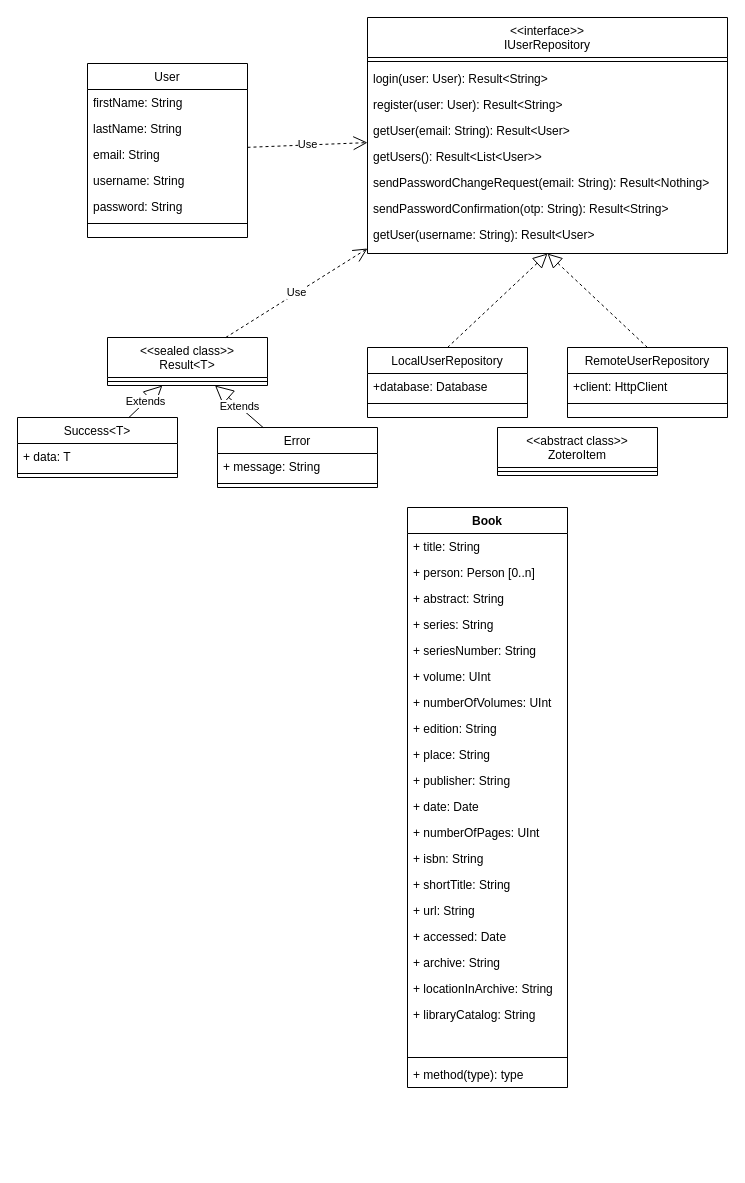
SoftwareDesignKNU/SoftwareDesign keeps this draw.io diagram as ClassDiagram.drawio. Above is the earlier version. Source tidied: cells renumbered, new cells numbered last; positions are measured from the earlier drawing's top-left corner, leaving out a move shared by most shapes. Both pictures are drawn from the tidied source at 100%, with x=0, y=0 at pixel (17, 17).
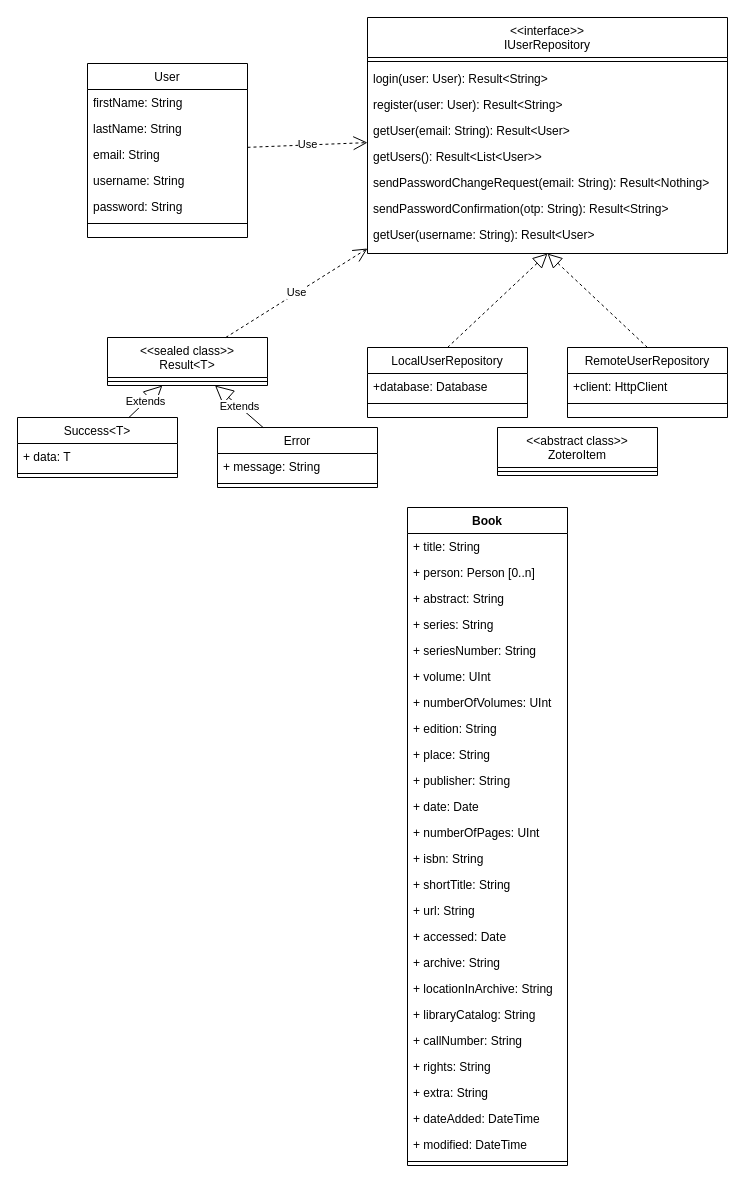
After the change.

What changed in the source:
```diff
@@
     <mxCell id="40" value="Book" style="swimlane;fontStyle=1;align=center;verticalAlign=top;horizontal=1;startSize=26;" parent="1" vertex="1">
-      <mxGeometry x="390" y="490" width="160" height="580" as="geometry" />
+      <mxGeometry x="390" y="490" width="160" height="658" as="geometry" />
     </mxCell>
@@
-    <mxCell id="60" style="text;strokeColor=none;fillColor=none;align=left;verticalAlign=top;spacingLeft=4;spacingRight=4;overflow=hidden;" parent="40" vertex="1">
+    <mxCell id="60" value="+ callNumber: String" style="text;strokeColor=none;fillColor=none;align=left;verticalAlign=top;spacingLeft=4;spacingRight=4;overflow=hidden;" parent="40" vertex="1">
       <mxGeometry y="520" width="160" height="26" as="geometry" />
     </mxCell>
+    <mxCell id="63" value="+ rights: String" style="text;strokeColor=none;fillColor=none;align=left;verticalAlign=top;spacingLeft=4;spacingRight=4;overflow=hidden;" parent="40" vertex="1">
+      <mxGeometry y="546" width="160" height="26" as="geometry" />
+    </mxCell>
+    <mxCell id="64" value="+ extra: String" style="text;strokeColor=none;fillColor=none;align=left;verticalAlign=top;spacingLeft=4;spacingRight=4;overflow=hidden;" parent="40" vertex="1">
+      <mxGeometry y="572" width="160" height="26" as="geometry" />
+    </mxCell>
+    <mxCell id="65" value="+ dateAdded: DateTime" style="text;strokeColor=none;fillColor=none;align=left;verticalAlign=top;spacingLeft=4;spacingRight=4;overflow=hidden;" parent="40" vertex="1">
+      <mxGeometry y="598" width="160" height="26" as="geometry" />
+    </mxCell>
+    <mxCell id="66" value="+ modified: DateTime" style="text;strokeColor=none;fillColor=none;align=left;verticalAlign=top;spacingLeft=4;spacingRight=4;overflow=hidden;" parent="40" vertex="1">
+      <mxGeometry y="624" width="160" height="26" as="geometry" />
+    </mxCell>
     <mxCell id="61" style="line;strokeWidth=1;fillColor=none;align=left;verticalAlign=middle;spacingTop=-1;spacingLeft=3;spacingRight=3;labelPosition=right;strokeColor=inherit;" parent="40" vertex="1">
-      <mxGeometry y="546" width="160" height="8" as="geometry" />
+      <mxGeometry y="650" width="160" height="8" as="geometry" />
     </mxCell>
-    <mxCell id="62" value="+ method(type): type" style="text;strokeColor=none;fillColor=none;align=left;verticalAlign=top;spacingLeft=4;spacingRight=4;overflow=hidden;" parent="40" vertex="1">
-      <mxGeometry y="554" width="160" height="26" as="geometry" />
-    </mxCell>
```
